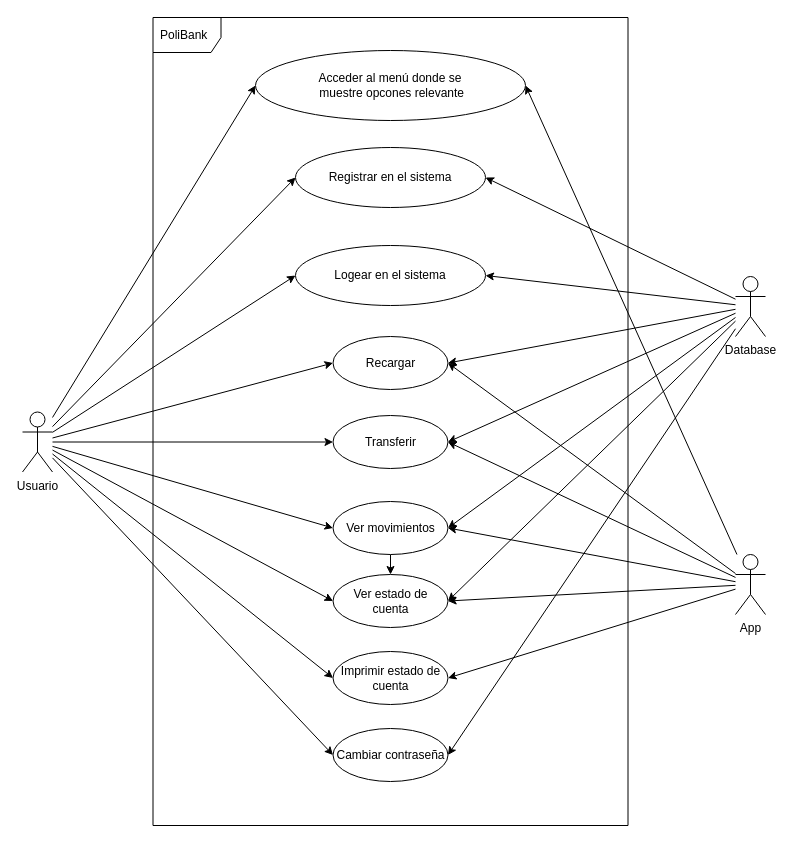
The draw.io diagram design/DiagramaCasoUso.drawio in Jhairzp27/Proyecto-final-grupo-4, before the edit. Source tidied: cells renumbered, new cells numbered last; positions are measured from the earlier drawing's top-left corner, leaving out a move shared by most shapes. Both pictures are drawn from the tidied source at 100%, with x=0, y=0 at pixel (22, 17).
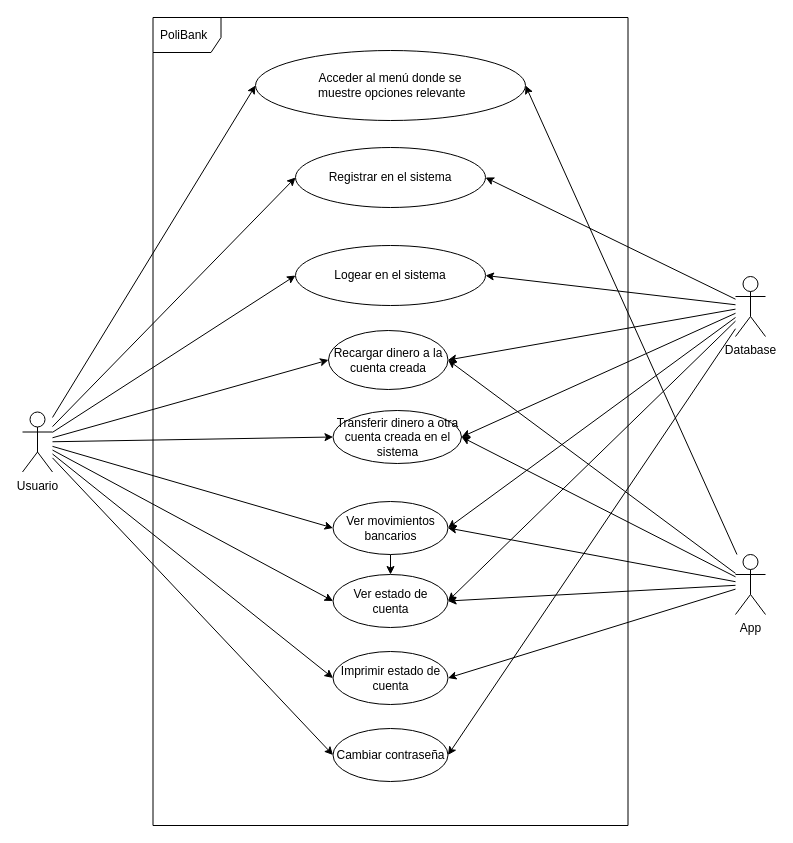
The same page after the edit.

Change to the diagram source:
```diff
@@
-    <mxCell id="20" value="Acceder al menú donde se&lt;br&gt;&amp;nbsp;muestre opcones relevante" style="ellipse;whiteSpace=wrap;html=1;" parent="1" vertex="1">
+    <mxCell id="20" value="Acceder al menú donde se&lt;br&gt;&amp;nbsp;muestre opciones relevante" style="ellipse;whiteSpace=wrap;html=1;" parent="1" vertex="1">
       <mxGeometry x="233" y="33" width="270" height="70" as="geometry" />
     </mxCell>
@@
-    <mxCell id="22" value="Recargar" style="ellipse;whiteSpace=wrap;html=1;" parent="1" vertex="1">
-      <mxGeometry x="310.5" y="319" width="115" height="53" as="geometry" />
+    <mxCell id="22" value="Recargar dinero a la cuenta creada" style="ellipse;whiteSpace=wrap;html=1;" parent="1" vertex="1">
+      <mxGeometry x="306" y="313" width="119.5" height="59" as="geometry" />
     </mxCell>
@@
-    <mxCell id="24" value="Transferir" style="ellipse;whiteSpace=wrap;html=1;" parent="1" vertex="1">
-      <mxGeometry x="310.5" y="398" width="115" height="53" as="geometry" />
+    <mxCell id="24" value="Transferir dinero a otra cuenta creada en el sistema" style="ellipse;whiteSpace=wrap;html=1;" parent="1" vertex="1">
+      <mxGeometry x="310.5" y="393" width="128.5" height="53" as="geometry" />
     </mxCell>
@@
-    <mxCell id="26" value="Ver movimientos" style="ellipse;whiteSpace=wrap;html=1;" parent="1" vertex="1">
+    <mxCell id="26" value="Ver movimientos bancarios" style="ellipse;whiteSpace=wrap;html=1;" parent="1" vertex="1">
       <mxGeometry x="310.5" y="484" width="115" height="53" as="geometry" />
     </mxCell>
```
